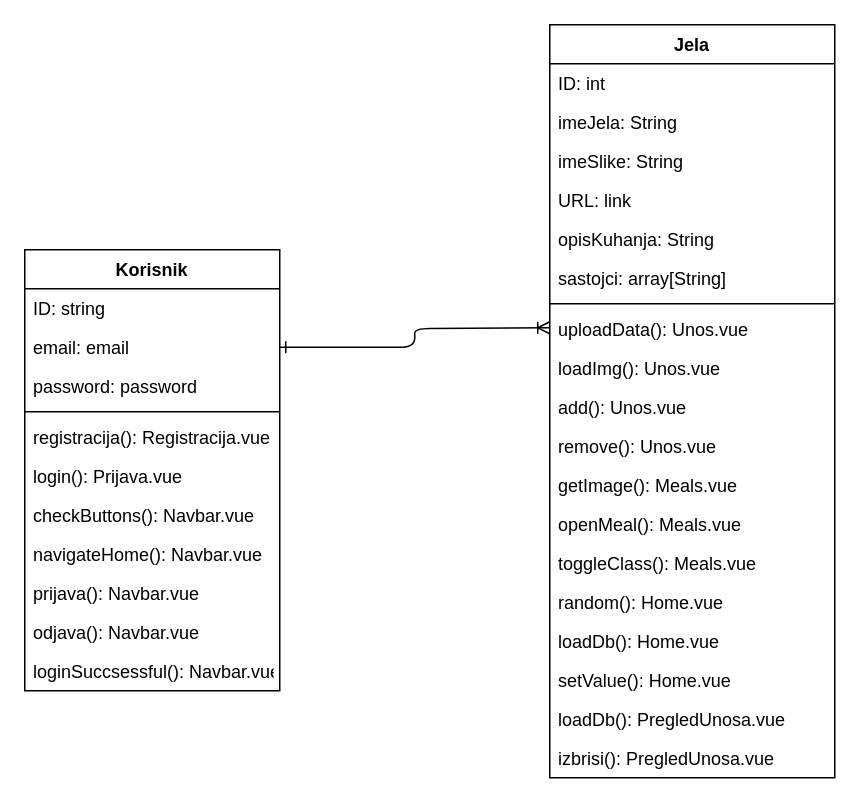
R0b34t0/Koohaj keeps this draw.io diagram as Dokumentacija/dijagram klasa/dijagram_klasa.drawio. Above is the earlier version. Source tidied: cells renumbered, new cells numbered last; positions are measured from the earlier drawing's top-left corner, leaving out a move shared by most shapes. Both pictures are drawn from the tidied source at 150%, with x=0, y=0 at pixel (24, 24).
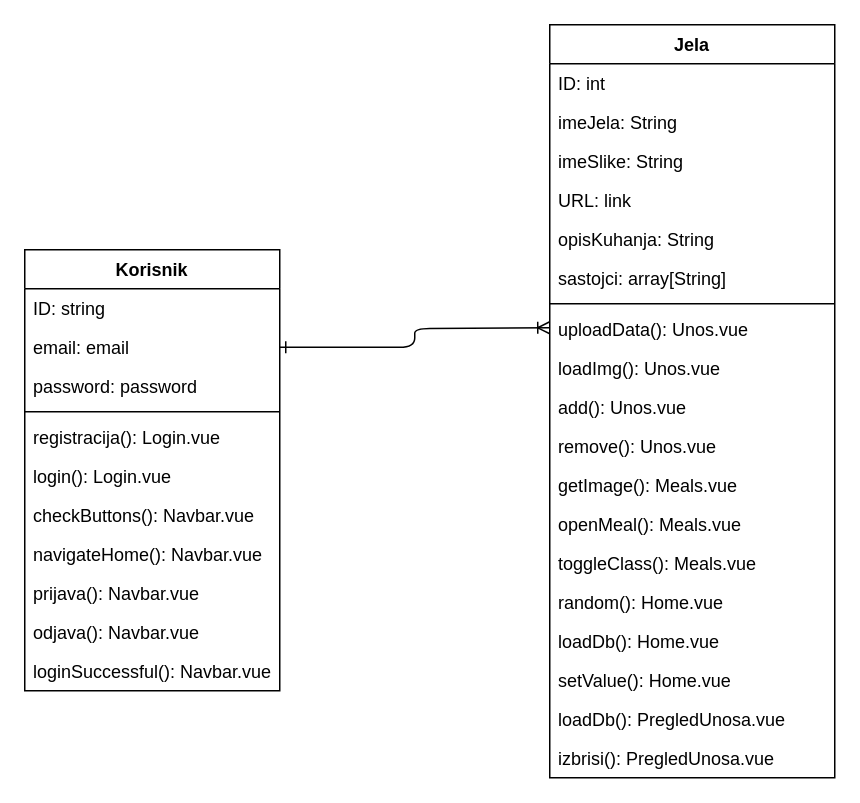
The same diagram, later.

Unchanged cells that the change refers to:
```xml
<mxCell id="2" value="Korisnik" style="swimlane;fontStyle=1;align=center;verticalAlign=top;horizontal=1;startSize=26;" parent="1" vertex="1">
  <mxGeometry y="150" width="170" height="294" as="geometry" />
</mxCell>
```

Change to the diagram source:
```diff
@@
-    <mxCell id="7" value="registracija(): Registracija.vue" style="text;strokeColor=none;fillColor=none;align=left;verticalAlign=top;spacingLeft=4;spacingRight=4;overflow=hidden;" parent="2" vertex="1">
+    <mxCell id="7" value="registracija(): Login.vue" style="text;strokeColor=none;fillColor=none;align=left;verticalAlign=top;spacingLeft=4;spacingRight=4;overflow=hidden;" parent="2" vertex="1">
       <mxGeometry y="112" width="170" height="26" as="geometry" />
     </mxCell>
-    <mxCell id="8" value="login(): Prijava.vue" style="text;strokeColor=none;fillColor=none;align=left;verticalAlign=top;spacingLeft=4;spacingRight=4;overflow=hidden;" parent="2" vertex="1">
+    <mxCell id="8" value="login(): Login.vue" style="text;strokeColor=none;fillColor=none;align=left;verticalAlign=top;spacingLeft=4;spacingRight=4;overflow=hidden;" parent="2" vertex="1">
       <mxGeometry y="138" width="170" height="26" as="geometry" />
     </mxCell>
@@
-    <mxCell id="13" value="loginSuccsessful(): Navbar.vue" style="text;strokeColor=none;fillColor=none;align=left;verticalAlign=top;spacingLeft=4;spacingRight=4;overflow=hidden;" parent="2" vertex="1">
+    <mxCell id="13" value="loginSuccessful(): Navbar.vue" style="text;strokeColor=none;fillColor=none;align=left;verticalAlign=top;spacingLeft=4;spacingRight=4;overflow=hidden;" parent="2" vertex="1">
       <mxGeometry y="268" width="170" height="26" as="geometry" />
     </mxCell>
```
